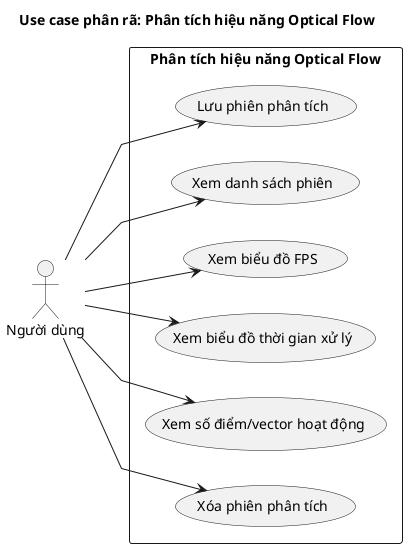
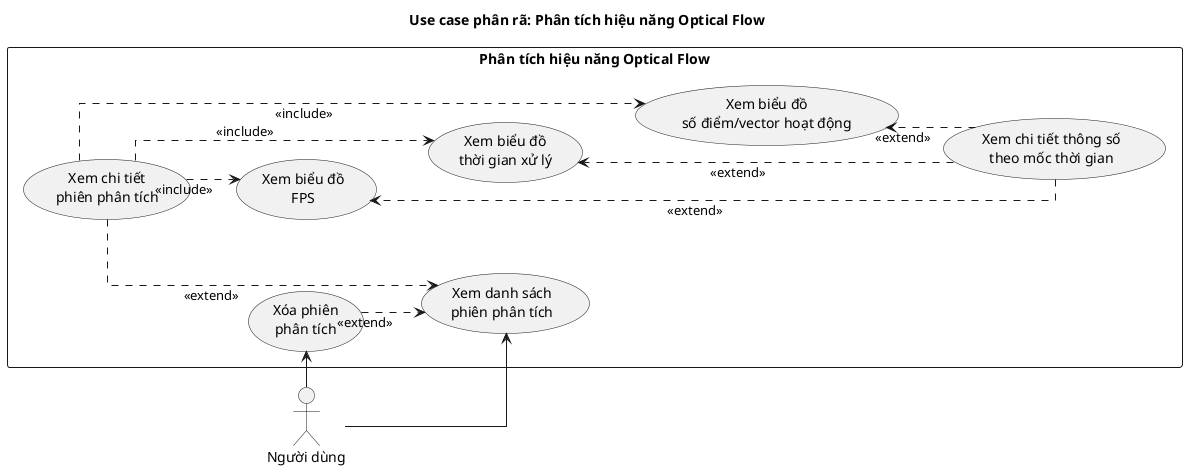
@startuml usecase_phan_tich_hieu_nang
skinparam defaultFontName "Times New Roman"
- skinparam linetype polyline
left to right direction
+ skinparam packageStyle rectangle
+ skinparam linetype ortho
+ skinparam nodesep 35
+ skinparam ranksep 45
title Use case phân rã: Phân tích hiệu năng Optical Flow

actor "Người dùng" as User

rectangle "Phân tích hiệu năng Optical Flow" {
-   usecase "Lưu phiên phân tích" as U1
-   usecase "Xem danh sách phiên" as U2
-   usecase "Xem biểu đồ FPS" as U3
-   usecase "Xem biểu đồ thời gian xử lý" as U4
-   usecase "Xem số điểm/vector hoạt động" as U5
-   usecase "Xóa phiên phân tích" as U6
+ 
+   usecase "Xem danh sách\nphiên phân tích" as UC_List
+   usecase "Xem chi tiết\nphiên phân tích" as UC_Detail
+ 
+   usecase "Xem biểu đồ\nFPS" as UC_FPS
+   usecase "Xem biểu đồ\nthời gian xử lý" as UC_ProcessTime
+   usecase "Xem biểu đồ\nsố điểm/vector hoạt động" as UC_VectorCount
+ 
+   usecase "Xem chi tiết thông số\ntheo mốc thời gian" as UC_TimeDetail
+   usecase "Xóa phiên\nphân tích" as UC_Delete
+ 
+   UC_List -[hidden]down- UC_Detail
+   UC_Detail -[hidden]down- UC_Delete
+ 
+   UC_Detail -[hidden]right- UC_FPS
+   UC_FPS -[hidden]down- UC_ProcessTime
+   UC_ProcessTime -[hidden]down- UC_VectorCount
+   UC_VectorCount -[hidden]down- UC_TimeDetail
}

- User --> U1
- User --> U2
- User --> U3
- User --> U4
- User --> U5
- User --> U6
+ User -right-> UC_List
+ User -right-> UC_Delete
+ 
+ UC_Detail ..> UC_List : <<extend>>
+ 
+ UC_Detail ..> UC_FPS : <<include>>
+ UC_Detail ..> UC_ProcessTime : <<include>>
+ UC_Detail ..> UC_VectorCount : <<include>>
+ 
+ UC_TimeDetail ..> UC_FPS : <<extend>>
+ UC_TimeDetail ..> UC_ProcessTime : <<extend>>
+ UC_TimeDetail ..> UC_VectorCount : <<extend>>
+ 
+ UC_Delete ..> UC_List : <<extend>>
+ 
@enduml
